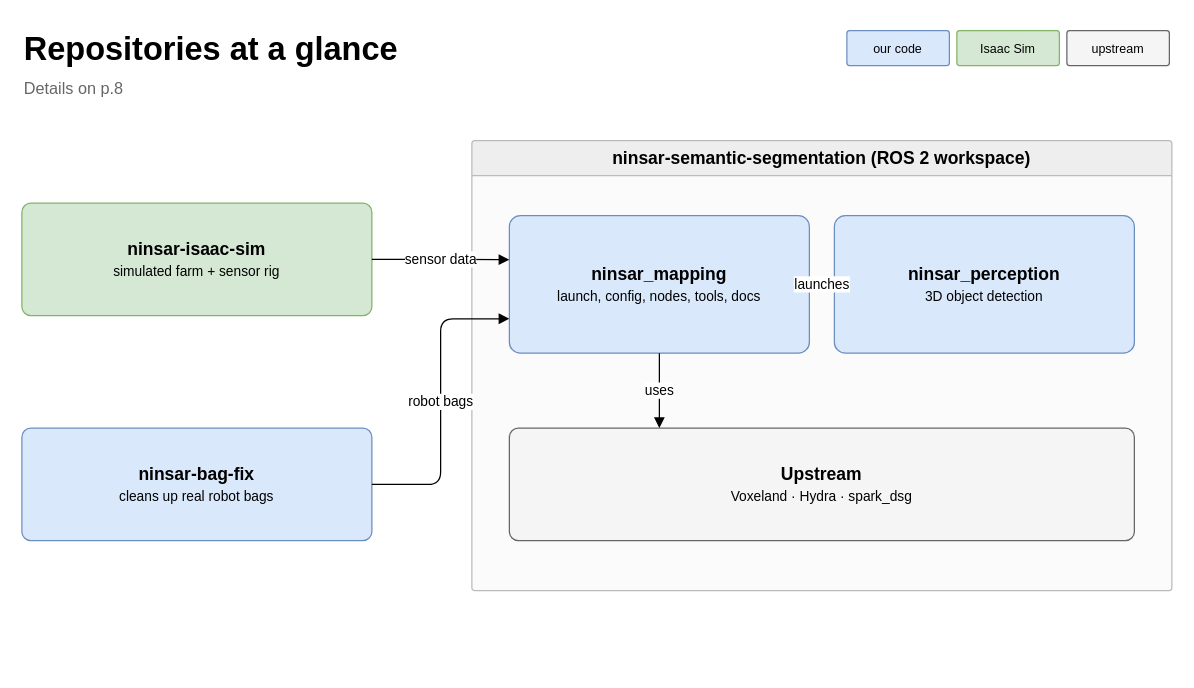
Above: page "9 Repositories (simple)" (10 of 10) of docs/diagrams/ninsar_overview.drawio in luisfelipewb/ninsar_scene_understanding (draw.io), before the change. Source tidied: cells renumbered, new cells numbered last; positions are measured from the earlier drawing's top-left corner, leaving out a move shared by most shapes. Both pictures are drawn from the tidied source at 125%, with x=0, y=0 at pixel (21, 21).
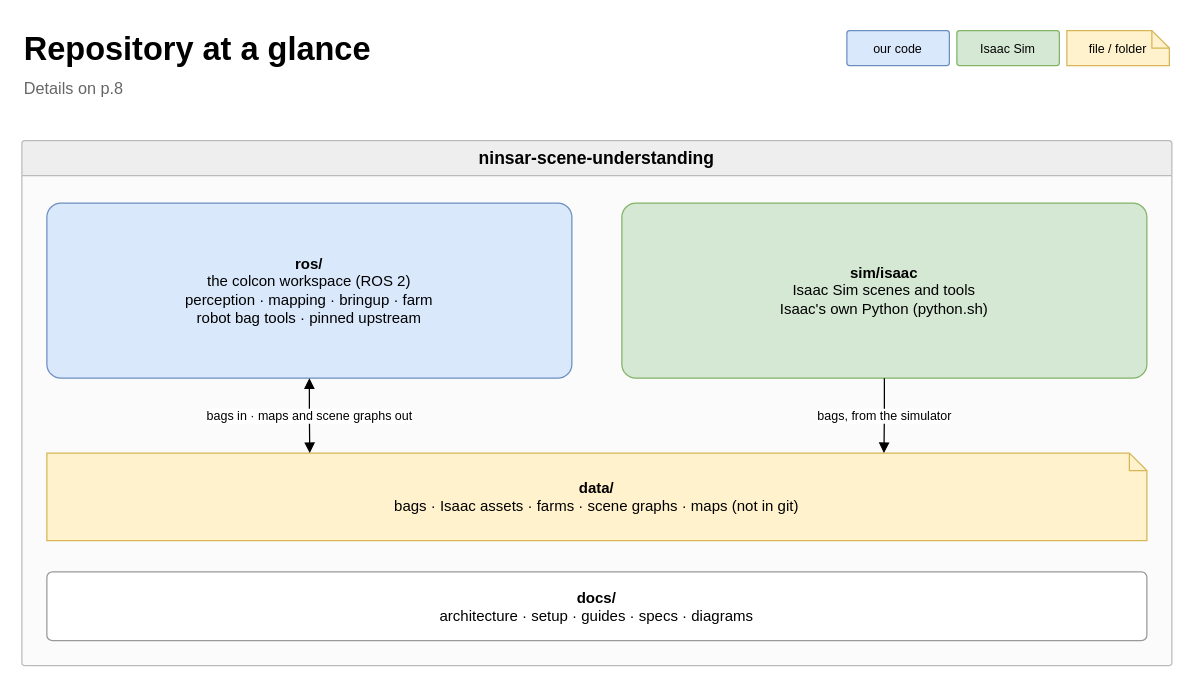
Above is the later version.

Change to the diagram source:
```diff
@@
 <mxGraphModel>
   <root>
     <mxCell id="0" />
     <mxCell id="1" parent="0" />
-    <mxCell id="2" value="Repositories at a glance" style="text;html=1;align=left;verticalAlign=middle;fontSize=26;fontStyle=1;whiteSpace=wrap;" parent="1" vertex="1">
+    <mxCell id="2" value="Repository at a glance" style="text;html=1;align=left;verticalAlign=middle;fontSize=26;fontStyle=1;whiteSpace=wrap;" parent="1" vertex="1">
       <mxGeometry width="640" height="44" as="geometry" />
     </mxCell>
     <mxCell id="3" value="Details on p.8" style="text;html=1;align=left;verticalAlign=middle;fontSize=13;fontColor=#666666;whiteSpace=wrap;" parent="1" vertex="1">
       <mxGeometry y="40" width="640" height="26" as="geometry" />
     </mxCell>
-    <mxCell id="4" value="our code" style="rounded=1;whiteSpace=wrap;html=1;arcSize=8;fontSize=14;spacing=6;fillColor=#dae8fc;strokeColor=#6c8ebf;fontSize=10;spacing=2;" parent="1" vertex="1">
+    <mxCell id="4" value="our code" style="rounded=1;whiteSpace=wrap;html=1;arcSize=8;fontSize=12;spacing=6;fillColor=#dae8fc;strokeColor=#6c8ebf;fontSize=10;spacing=2;" parent="1" vertex="1">
       <mxGeometry x="660" y="7" width="82" height="28" as="geometry" />
     </mxCell>
-    <mxCell id="5" value="Isaac Sim" style="rounded=1;whiteSpace=wrap;html=1;arcSize=8;fontSize=14;spacing=6;fillColor=#d5e8d4;strokeColor=#82b366;fontSize=10;spacing=2;" parent="1" vertex="1">
+    <mxCell id="5" value="Isaac Sim" style="rounded=1;whiteSpace=wrap;html=1;arcSize=8;fontSize=12;spacing=6;fillColor=#d5e8d4;strokeColor=#82b366;fontSize=10;spacing=2;" parent="1" vertex="1">
       <mxGeometry x="748" y="7" width="82" height="28" as="geometry" />
     </mxCell>
-    <mxCell id="6" value="upstream" style="rounded=1;whiteSpace=wrap;html=1;arcSize=8;fontSize=14;spacing=6;fillColor=#f5f5f5;strokeColor=#666666;fontSize=10;spacing=2;" parent="1" vertex="1">
+    <mxCell id="6" value="file / folder" style="shape=note;size=14;whiteSpace=wrap;html=1;fontSize=12;spacing=6;fillColor=#fff2cc;strokeColor=#d6b656;fontSize=10;spacing=2;" parent="1" vertex="1">
       <mxGeometry x="836" y="7" width="82" height="28" as="geometry" />
     </mxCell>
-    <mxCell id="7" value="&lt;b&gt;ninsar-isaac-sim&lt;/b&gt;&lt;br&gt;&lt;font style=&quot;font-size:11px&quot;&gt;simulated farm + sensor rig&lt;/font&gt;" style="rounded=1;whiteSpace=wrap;html=1;arcSize=8;fontSize=14;spacing=6;fillColor=#d5e8d4;strokeColor=#82b366;" parent="1" vertex="1">
-      <mxGeometry y="145" width="280" height="90" as="geometry" />
-    </mxCell>
-    <mxCell id="8" value="&lt;b&gt;ninsar-bag-fix&lt;/b&gt;&lt;br&gt;&lt;font style=&quot;font-size:11px&quot;&gt;cleans up real robot bags&lt;/font&gt;" style="rounded=1;whiteSpace=wrap;html=1;arcSize=8;fontSize=14;spacing=6;fillColor=#dae8fc;strokeColor=#6c8ebf;" parent="1" vertex="1">
-      <mxGeometry y="325" width="280" height="90" as="geometry" />
-    </mxCell>
-    <mxCell id="9" value="ninsar-semantic-segmentation (ROS 2 workspace)" style="swimlane;rounded=1;arcSize=3;startSize=28;fontSize=14;fontStyle=1;html=1;whiteSpace=wrap;fillColor=#eeeeee;strokeColor=#bbbbbb;swimlaneFillColor=#fbfbfb;" parent="1" vertex="1">
-      <mxGeometry x="360" y="95" width="560" height="360" as="geometry" />
-    </mxCell>
-    <mxCell id="10" value="&lt;b&gt;ninsar_mapping&lt;/b&gt;&lt;br&gt;&lt;font style=&quot;font-size:11px&quot;&gt;launch, config, nodes, tools, docs&lt;/font&gt;" style="rounded=1;whiteSpace=wrap;html=1;arcSize=8;fontSize=14;spacing=6;fillColor=#dae8fc;strokeColor=#6c8ebf;" parent="9" vertex="1">
-      <mxGeometry x="30" y="60" width="240" height="110" as="geometry" />
-    </mxCell>
-    <mxCell id="11" value="&lt;b&gt;ninsar_perception&lt;/b&gt;&lt;br&gt;&lt;font style=&quot;font-size:11px&quot;&gt;3D object detection&lt;/font&gt;" style="rounded=1;whiteSpace=wrap;html=1;arcSize=8;fontSize=14;spacing=6;fillColor=#dae8fc;strokeColor=#6c8ebf;" parent="9" vertex="1">
-      <mxGeometry x="290" y="60" width="240" height="110" as="geometry" />
-    </mxCell>
-    <mxCell id="12" value="&lt;b&gt;Upstream&lt;/b&gt;&lt;br&gt;&lt;font style=&quot;font-size:11px&quot;&gt;Voxeland · Hydra · spark_dsg&lt;/font&gt;" style="rounded=1;whiteSpace=wrap;html=1;arcSize=8;fontSize=14;spacing=6;fillColor=#f5f5f5;strokeColor=#666666;" parent="9" vertex="1">
-      <mxGeometry x="30" y="230" width="500" height="90" as="geometry" />
-    </mxCell>
+    <mxCell id="17" value="ninsar-scene-understanding" style="swimlane;rounded=1;arcSize=3;startSize=28;fontSize=14;fontStyle=1;html=1;whiteSpace=wrap;fillColor=#eeeeee;strokeColor=#bbbbbb;swimlaneFillColor=#fbfbfb;" parent="1" vertex="1">
+      <mxGeometry y="95" width="920" height="420" as="geometry" />
+    </mxCell>
+    <mxCell id="18" value="&lt;b&gt;ros/&lt;/b&gt;&lt;br&gt;&lt;font style=&quot;font-size:12px&quot;&gt;the colcon workspace (ROS 2)&lt;/font&gt;&lt;br&gt;&lt;font style=&quot;font-size:12px&quot;&gt;perception · mapping · bringup · farm&lt;/font&gt;&lt;br&gt;&lt;font style=&quot;font-size:12px&quot;&gt;robot bag tools · pinned upstream&lt;/font&gt;" style="rounded=1;whiteSpace=wrap;html=1;arcSize=8;fontSize=12;spacing=6;fillColor=#dae8fc;strokeColor=#6c8ebf;" parent="17" vertex="1">
+      <mxGeometry x="20" y="50" width="420" height="140" as="geometry" />
+    </mxCell>
+    <mxCell id="19" value="&lt;b&gt;sim/isaac&lt;/b&gt;&lt;br&gt;&lt;font style=&quot;font-size:12px&quot;&gt;Isaac Sim scenes and tools&lt;/font&gt;&lt;br&gt;&lt;font style=&quot;font-size:12px&quot;&gt;Isaac's own Python (python.sh)&lt;/font&gt;" style="rounded=1;whiteSpace=wrap;html=1;arcSize=8;fontSize=12;spacing=6;fillColor=#d5e8d4;strokeColor=#82b366;" parent="17" vertex="1">
+      <mxGeometry x="480" y="50" width="420" height="140" as="geometry" />
+    </mxCell>
+    <mxCell id="20" value="&lt;b&gt;data/&lt;/b&gt;&lt;br&gt;&lt;font style=&quot;font-size:12px&quot;&gt;bags · Isaac assets · farms · scene graphs · maps (not in git)&lt;/font&gt;" style="shape=note;size=14;whiteSpace=wrap;html=1;fontSize=12;spacing=6;fillColor=#fff2cc;strokeColor=#d6b656;" parent="17" vertex="1">
+      <mxGeometry x="20" y="250" width="880" height="70" as="geometry" />
+    </mxCell>
+    <mxCell id="21" value="&lt;b&gt;docs/&lt;/b&gt;&lt;br&gt;&lt;font style=&quot;font-size:12px&quot;&gt;architecture · setup · guides · specs · diagrams&lt;/font&gt;" style="rounded=1;whiteSpace=wrap;html=1;arcSize=8;fontSize=12;spacing=6;fillColor=#ffffff;strokeColor=#999999;" parent="17" vertex="1">
+      <mxGeometry x="20" y="345" width="880" height="55" as="geometry" />
+    </mxCell>
-    <mxCell id="13" value="sensor data" style="edgeStyle=orthogonalEdgeStyle;rounded=1;html=1;fontSize=11;labelBackgroundColor=#ffffff;endArrow=block;endFill=1;exitX=1;exitY=0.5;entryX=0;entryY=0.32;" parent="1" edge="1" source="7" target="10">
+    <mxCell id="13" value="bags, from the simulator" style="edgeStyle=orthogonalEdgeStyle;rounded=1;html=1;fontSize=10;labelBackgroundColor=#ffffff;endArrow=block;endFill=1;exitX=0.5;exitY=1;entryX=0.761;entryY=0;" parent="1" edge="1" source="19" target="20">
       <mxGeometry relative="1" as="geometry" />
     </mxCell>
-    <mxCell id="14" value="robot bags" style="edgeStyle=orthogonalEdgeStyle;rounded=1;html=1;fontSize=11;labelBackgroundColor=#ffffff;endArrow=block;endFill=1;exitX=1;exitY=0.5;entryX=0;entryY=0.75;" parent="1" edge="1" source="8" target="10">
+    <mxCell id="14" value="bags in · maps and scene graphs out" style="edgeStyle=orthogonalEdgeStyle;rounded=1;html=1;fontSize=10;labelBackgroundColor=#ffffff;endArrow=block;endFill=1;exitX=0.5;exitY=1;entryX=0.239;entryY=0;startArrow=block;startFill=1;" parent="1" edge="1" source="18" target="20">
       <mxGeometry relative="1" as="geometry" />
     </mxCell>
-    <mxCell id="15" value="launches" style="edgeStyle=orthogonalEdgeStyle;rounded=1;html=1;fontSize=11;labelBackgroundColor=#ffffff;endArrow=block;endFill=1;exitX=1;exitY=0.5;entryX=0;entryY=0.5;" parent="1" edge="1" source="10" target="11">
-      <mxGeometry relative="1" as="geometry" />
-    </mxCell>
-    <mxCell id="16" value="uses" style="edgeStyle=orthogonalEdgeStyle;rounded=1;html=1;fontSize=11;labelBackgroundColor=#ffffff;endArrow=block;endFill=1;exitX=0.5;exitY=1;entryX=0.24;entryY=0;" parent="1" edge="1" source="10" target="12">
-      <mxGeometry relative="1" as="geometry" />
-    </mxCell>
   </root>
 </mxGraphModel>
```
